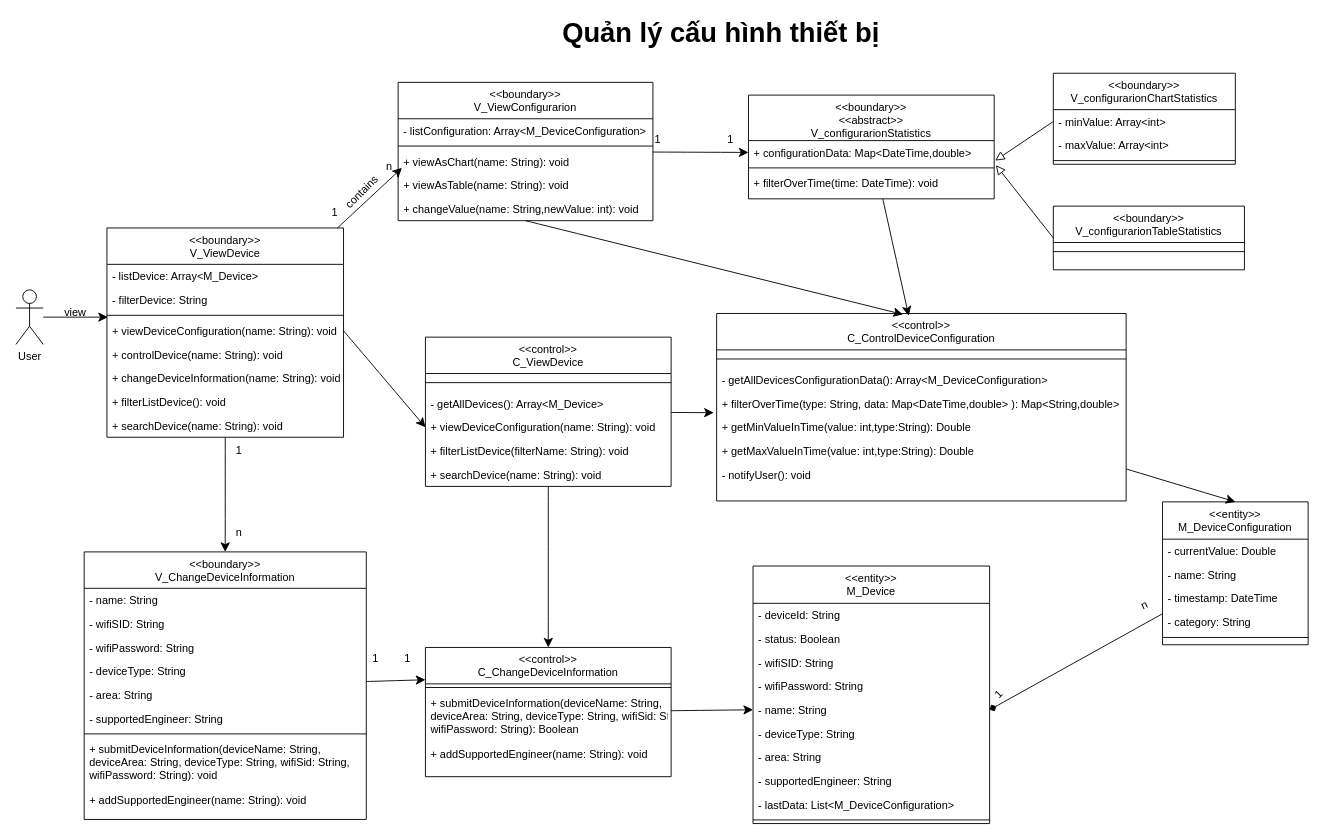
Earlier version of the draw.io diagram Class diagram/device_configuration_management_class.drawio (cuongceg/BTL-IT3120). Source tidied: cells renumbered, new cells numbered last; positions are measured from the earlier drawing's top-left corner, leaving out a move shared by most shapes. Both pictures are drawn from the tidied source at 91%, with x=0, y=0 at pixel (15, 18).
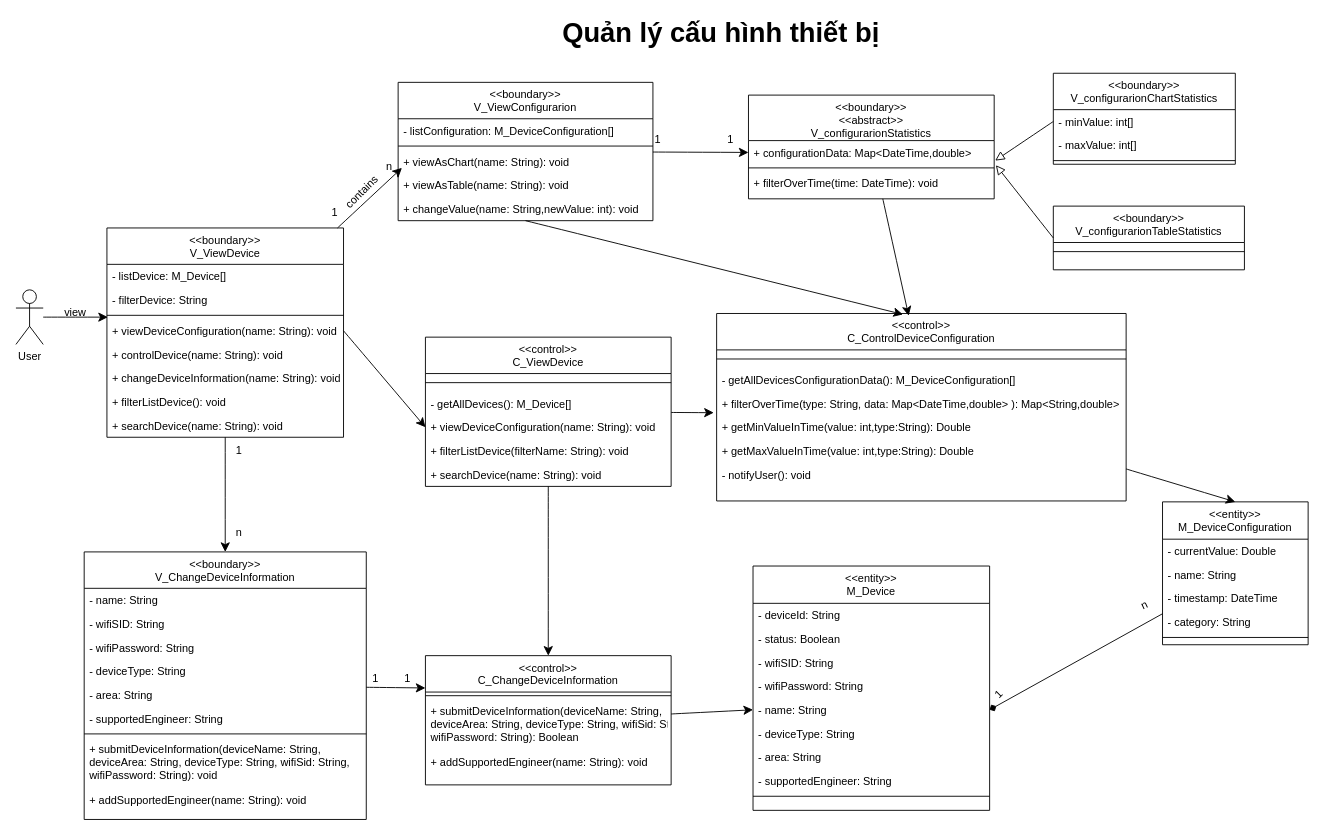
Above is the later version.

Commit message:
fix: fix symbol of array

The change refers to these unchanged cells:
```xml
<mxCell id="4" value="&lt;&lt;boundary&gt;&gt;&#10;V_ViewConfigurarion&#10;&#10;" style="swimlane;fontStyle=0;align=center;verticalAlign=top;horizontal=1;startSize=40;rounded=0;shadow=0;strokeWidth=1;" parent="1" vertex="1">
  <mxGeometry x="420" y="70" width="280" height="152" as="geometry" />
</mxCell>
<mxCell id="19" value="&lt;&lt;boundary&gt;&gt;&#10;V_ViewDevice&#10;&#10;" style="swimlane;fontStyle=0;align=center;verticalAlign=top;horizontal=1;startSize=40;rounded=0;shadow=0;strokeWidth=1;" parent="1" vertex="1">
  <mxGeometry x="100" y="230" width="260" height="230" as="geometry" />
</mxCell>
<mxCell id="40" value="&lt;&lt;control&gt;&gt;&#10;C_ViewDevice&#10;&#10;" style="swimlane;fontStyle=0;align=center;verticalAlign=top;horizontal=1;startSize=40;rounded=0;shadow=0;strokeWidth=1;" parent="1" vertex="1">
  <mxGeometry x="450" y="350" width="270" height="164" as="geometry" />
</mxCell>
<mxCell id="50" value="&lt;&lt;boundary&gt;&gt;&#10;V_configurarionChartStatistics&#10;&#10;" style="swimlane;fontStyle=0;align=center;verticalAlign=top;horizontal=1;startSize=40;rounded=0;shadow=0;strokeWidth=1;" parent="1" vertex="1">
  <mxGeometry x="1140" y="60" width="200" height="100" as="geometry" />
</mxCell>
<mxCell id="59" value="&lt;&lt;control&gt;&gt;&#10;C_ControlDeviceConfiguration&#10;&#10;" style="swimlane;fontStyle=0;align=center;verticalAlign=top;horizontal=1;startSize=40;rounded=0;shadow=0;strokeWidth=1;" parent="1" vertex="1">
  <mxGeometry x="770" y="324" width="450" height="206" as="geometry" />
</mxCell>
```

Diff of the diagram source:
```diff
@@
-    <mxCell id="5" value="- listConfiguration: Array&lt;M_DeviceConfiguration&gt;" style="text;align=left;verticalAlign=top;spacingLeft=4;spacingRight=4;overflow=hidden;" parent="4" vertex="1">
+    <mxCell id="5" value="- listConfiguration: M_DeviceConfiguration[]" style="text;align=left;verticalAlign=top;spacingLeft=4;spacingRight=4;overflow=hidden;" parent="4" vertex="1">
       <mxGeometry y="40" width="280" height="26" as="geometry" />
     </mxCell>
@@
-    <mxCell id="20" value="- listDevice: Array&lt;M_Device&gt;" style="text;align=left;verticalAlign=top;spacingLeft=4;spacingRight=4;overflow=hidden;" parent="19" vertex="1">
+    <mxCell id="20" value="- listDevice: M_Device[]" style="text;align=left;verticalAlign=top;spacingLeft=4;spacingRight=4;overflow=hidden;" parent="19" vertex="1">
       <mxGeometry y="40" width="260" height="26" as="geometry" />
     </mxCell>
@@
     <mxCell id="28" value="&lt;&lt;entity&gt;&gt;&#10;M_Device" style="swimlane;fontStyle=0;align=center;verticalAlign=top;horizontal=1;startSize=41;rounded=0;shadow=0;strokeWidth=1;" parent="1" vertex="1">
-      <mxGeometry x="810" y="601.5" width="260" height="283" as="geometry" />
+      <mxGeometry x="810" y="601.5" width="260" height="268.5" as="geometry" />
     </mxCell>
@@
-    <mxCell id="37" value="- lastData: List&lt;M_DeviceConfiguration&gt;" style="text;align=left;verticalAlign=top;spacingLeft=4;spacingRight=4;overflow=hidden;rounded=0;shadow=0;html=0;" parent="28" vertex="1">
-      <mxGeometry y="249" width="260" height="26" as="geometry" />
-    </mxCell>
     <mxCell id="38" style="line;html=1;strokeWidth=1;align=left;verticalAlign=middle;spacingTop=-1;spacingLeft=3;spacingRight=3;labelPosition=right;" parent="28" vertex="1">
-      <mxGeometry y="275" width="260" height="8" as="geometry" />
+      <mxGeometry y="249" width="260" height="8" as="geometry" />
     </mxCell>
@@
-    <mxCell id="42" value="- getAllDevices(): Array&lt;M_Device&gt;" style="text;align=left;verticalAlign=top;spacingLeft=4;spacingRight=4;overflow=hidden;" parent="40" vertex="1">
+    <mxCell id="42" value="- getAllDevices(): M_Device[]" style="text;align=left;verticalAlign=top;spacingLeft=4;spacingRight=4;overflow=hidden;" parent="40" vertex="1">
       <mxGeometry y="60" width="270" height="26" as="geometry" />
     </mxCell>
@@
-    <mxCell id="51" value="- minValue: Array&lt;int&gt;" style="text;align=left;verticalAlign=top;spacingLeft=4;spacingRight=4;overflow=hidden;points=[[0,0.5],[1,0.5]];portConstraint=eastwest;" parent="50" vertex="1">
+    <mxCell id="51" value="- minValue: int[]" style="text;align=left;verticalAlign=top;spacingLeft=4;spacingRight=4;overflow=hidden;points=[[0,0.5],[1,0.5]];portConstraint=eastwest;" parent="50" vertex="1">
       <mxGeometry y="40" width="200" height="26" as="geometry" />
     </mxCell>
-    <mxCell id="52" value="- maxValue: Array&lt;int&gt;" style="text;align=left;verticalAlign=top;spacingLeft=4;spacingRight=4;overflow=hidden;" parent="50" vertex="1">
+    <mxCell id="52" value="- maxValue: int[]" style="text;align=left;verticalAlign=top;spacingLeft=4;spacingRight=4;overflow=hidden;" parent="50" vertex="1">
       <mxGeometry y="66" width="200" height="26" as="geometry" />
     </mxCell>
@@
-    <mxCell id="61" value="- getAllDevicesConfigurationData(): Array&lt;M_DeviceConfiguration&gt;" style="text;align=left;verticalAlign=top;spacingLeft=4;spacingRight=4;overflow=hidden;" parent="59" vertex="1">
+    <mxCell id="61" value="- getAllDevicesConfigurationData(): M_DeviceConfiguration[]" style="text;align=left;verticalAlign=top;spacingLeft=4;spacingRight=4;overflow=hidden;" parent="59" vertex="1">
       <mxGeometry y="60" width="450" height="26" as="geometry" />
     </mxCell>
@@
     <mxCell id="81" value="&lt;&lt;control&gt;&gt;&#10;C_ChangeDeviceInformation&#10;&#10;" style="swimlane;fontStyle=0;align=center;verticalAlign=top;horizontal=1;startSize=40;rounded=0;shadow=0;strokeWidth=1;" parent="1" vertex="1">
-      <mxGeometry x="450" y="691" width="270" height="142" as="geometry" />
+      <mxGeometry x="450" y="700" width="270" height="142" as="geometry" />
     </mxCell>
@@
     <mxCell id="95" value="1" style="text;html=1;align=center;verticalAlign=middle;strokeColor=none;fillColor=none;" parent="1" vertex="1">
-      <mxGeometry x="380" y="688" width="30" height="30" as="geometry" />
+      <mxGeometry x="380" y="710" width="30" height="30" as="geometry" />
     </mxCell>
     <mxCell id="96" value="1" style="text;html=1;align=center;verticalAlign=middle;strokeColor=none;fillColor=none;" parent="1" vertex="1">
-      <mxGeometry x="415" y="688" width="30" height="30" as="geometry" />
+      <mxGeometry x="415" y="710" width="30" height="30" as="geometry" />
     </mxCell>
```
